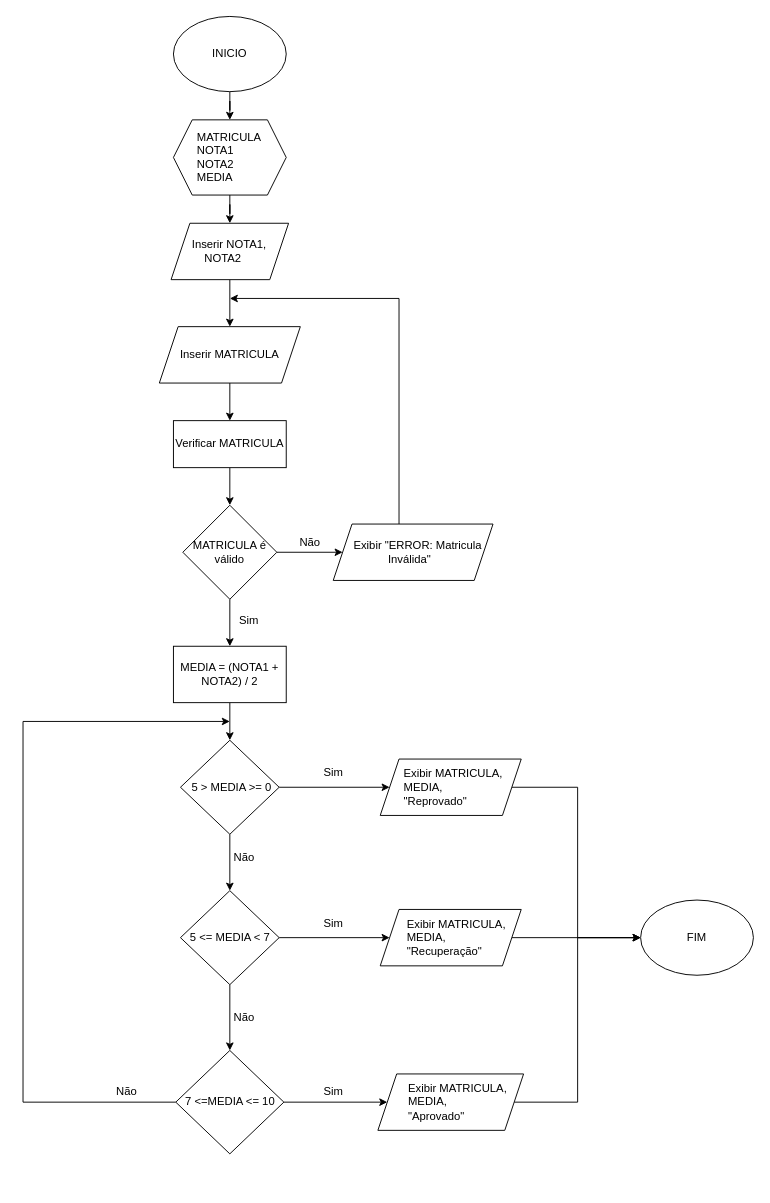
Above: Atividades_LP1/Atividade2Questão10.drawio in Hevee06/Projetos_Diagrama.oi (draw.io), before the change. Source tidied: cells renumbered, new cells numbered last; positions are measured from the earlier drawing's top-left corner, leaving out a move shared by most shapes. Both pictures are drawn from the tidied source at 94%, with x=0, y=0 at pixel (23, 16).
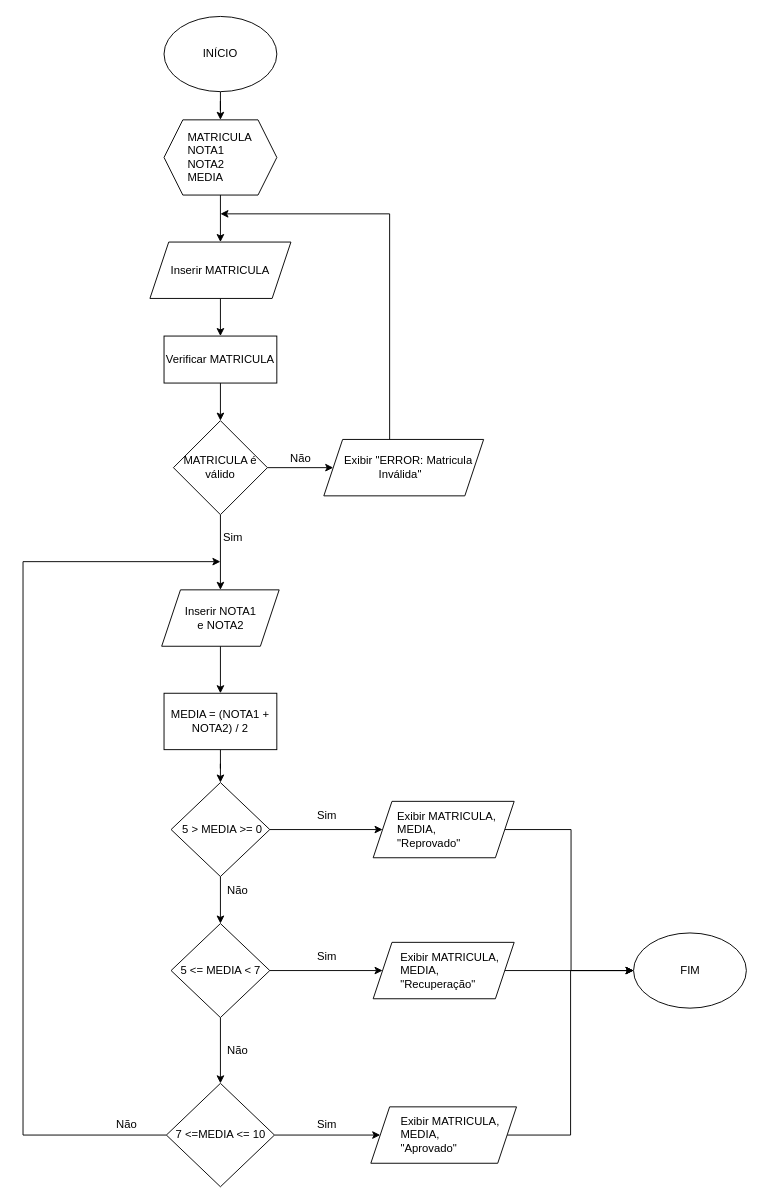
Above is the later version.

What changed in the source:
```diff
@@
-    <mxCell id="3" value="INICIO" style="ellipse;whiteSpace=wrap;html=1;" parent="1" vertex="1">
-      <mxGeometry x="160" width="120" height="80" as="geometry" />
+    <mxCell id="3" value="INÍCIO" style="ellipse;whiteSpace=wrap;html=1;" parent="1" vertex="1">
+      <mxGeometry x="150" width="120" height="80" as="geometry" />
     </mxCell>
@@
     <mxCell id="5" value="Inserir MATRICULA" style="shape=parallelogram;perimeter=parallelogramPerimeter;whiteSpace=wrap;html=1;fixedSize=1;" parent="1" vertex="1">
-      <mxGeometry x="145" y="330" width="150" height="60" as="geometry" />
+      <mxGeometry x="135" y="240" width="150" height="60" as="geometry" />
     </mxCell>
     <mxCell id="6" style="edgeStyle=orthogonalEdgeStyle;rounded=0;jettySize=auto;html=1;" parent="1" edge="1" source="7">
       <mxGeometry relative="1" as="geometry">
-        <mxPoint x="220" y="300" as="targetPoint" />
+        <mxPoint x="210" y="210" as="targetPoint" />
         <Array as="points">
-          <mxPoint x="400" y="300" />
-          <mxPoint x="220" y="300" />
+          <mxPoint x="390" y="210" />
+          <mxPoint x="210" y="210" />
         </Array>
       </mxGeometry>
     </mxCell>
     <mxCell id="7" value="&amp;nbsp; &amp;nbsp; &amp;nbsp; Exibir &quot;ERROR: Matricula&amp;nbsp; &amp;nbsp; &amp;nbsp; &amp;nbsp; &amp;nbsp; &amp;nbsp; &amp;nbsp; &amp;nbsp; &amp;nbsp; &amp;nbsp; &amp;nbsp;Inválida&quot;" style="shape=parallelogram;perimeter=parallelogramPerimeter;whiteSpace=wrap;html=1;fixedSize=1;align=left;" parent="1" vertex="1">
-      <mxGeometry x="330" y="540" width="170" height="60" as="geometry" />
+      <mxGeometry x="320" y="450" width="170" height="60" as="geometry" />
     </mxCell>
@@
-    <mxCell id="9" style="edgeStyle=orthogonalEdgeStyle;rounded=0;jettySize=auto;html=1;" parent="1" edge="1" source="10" target="19">
-      <mxGeometry relative="1" as="geometry" />
-    </mxCell>
+    <mxCell id="43" style="edgeStyle=orthogonalEdgeStyle;rounded=0;jettySize=auto;html=1;" parent="1" edge="1" source="10" target="16">
+      <mxGeometry relative="1" as="geometry" />
+    </mxCell>
     <mxCell id="10" value="MATRICULA é válido" style="rhombus;whiteSpace=wrap;html=1;" parent="1" vertex="1">
-      <mxGeometry x="170" y="520" width="100" height="100" as="geometry" />
+      <mxGeometry x="160" y="430" width="100" height="100" as="geometry" />
     </mxCell>
-    <mxCell id="11" style="edgeStyle=orthogonalEdgeStyle;rounded=0;jettySize=auto;html=1;" parent="1" edge="1" source="16" target="5">
-      <mxGeometry relative="1" as="geometry" />
-    </mxCell>
+    <mxCell id="44" style="edgeStyle=orthogonalEdgeStyle;rounded=0;jettySize=auto;html=1;" parent="1" edge="1" source="12" target="5">
+      <mxGeometry relative="1" as="geometry" />
+    </mxCell>
     <mxCell id="12" value="&amp;nbsp; &amp;nbsp; &amp;nbsp; &amp;nbsp;MATRICULA&lt;div&gt;&amp;nbsp; &amp;nbsp; &amp;nbsp; &amp;nbsp;NOTA1&lt;/div&gt;&lt;div&gt;&amp;nbsp; &amp;nbsp; &amp;nbsp; &amp;nbsp;NOTA2&lt;/div&gt;&lt;div&gt;&amp;nbsp; &amp;nbsp; &amp;nbsp; &amp;nbsp;MEDIA&lt;/div&gt;" style="shape=hexagon;perimeter=hexagonPerimeter2;whiteSpace=wrap;html=1;fixedSize=1;align=left;" parent="1" vertex="1">
-      <mxGeometry x="160" y="110" width="120" height="80" as="geometry" />
+      <mxGeometry x="150" y="110" width="120" height="80" as="geometry" />
     </mxCell>
@@
     <mxCell id="14" value="Verificar MATRICULA" style="rounded=0;whiteSpace=wrap;html=1;" parent="1" vertex="1">
-      <mxGeometry x="160" y="430" width="120" height="50" as="geometry" />
+      <mxGeometry x="150" y="340" width="120" height="50" as="geometry" />
     </mxCell>
-    <mxCell id="15" style="edgeStyle=orthogonalEdgeStyle;rounded=0;jettySize=auto;html=1;" parent="1" edge="1" source="12" target="16">
-      <mxGeometry relative="1" as="geometry" />
-    </mxCell>
+    <mxCell id="45" style="edgeStyle=orthogonalEdgeStyle;rounded=0;jettySize=auto;html=1;" parent="1" edge="1" source="16" target="19">
+      <mxGeometry relative="1" as="geometry" />
+    </mxCell>
-    <mxCell id="16" value="&amp;nbsp; &amp;nbsp; &amp;nbsp; Inserir NOTA1,&lt;div&gt;&amp;nbsp; &amp;nbsp; &amp;nbsp; &amp;nbsp; &amp;nbsp; NOTA2&lt;/div&gt;" style="shape=parallelogram;perimeter=parallelogramPerimeter;whiteSpace=wrap;html=1;fixedSize=1;align=left;" parent="1" vertex="1">
-      <mxGeometry x="157.5" y="220" width="125" height="60" as="geometry" />
+    <mxCell id="16" value="Inserir NOTA1 e&amp;nbsp;&lt;span style=&quot;background-color: initial;&quot;&gt;NOTA2&lt;/span&gt;" style="shape=parallelogram;perimeter=parallelogramPerimeter;whiteSpace=wrap;html=1;fixedSize=1;align=center;" parent="1" vertex="1">
+      <mxGeometry x="147.5" y="610" width="125" height="60" as="geometry" />
     </mxCell>
     <mxCell id="17" value="Não" style="text;html=1;align=center;verticalAlign=middle;strokeColor=none;fillColor=none;" parent="1" vertex="1">
-      <mxGeometry x="280" y="545" width="50" height="30" as="geometry" />
+      <mxGeometry x="270" y="455" width="50" height="30" as="geometry" />
     </mxCell>
@@
     <mxCell id="19" value="MEDIA = (NOTA1 + NOTA2) / 2" style="rounded=0;whiteSpace=wrap;html=1;" parent="1" vertex="1">
-      <mxGeometry x="160" y="670" width="120" height="60" as="geometry" />
+      <mxGeometry x="150" y="720" width="120" height="60" as="geometry" />
     </mxCell>
@@
     <mxCell id="22" value="&amp;nbsp;5 &amp;gt; MEDIA &amp;gt;= 0" style="rhombus;whiteSpace=wrap;html=1;" parent="1" vertex="1">
-      <mxGeometry x="167.5" y="770" width="105" height="100" as="geometry" />
+      <mxGeometry x="157.5" y="815" width="105" height="100" as="geometry" />
     </mxCell>
     <mxCell id="23" value="Sim" style="text;html=1;align=center;verticalAlign=middle;strokeColor=none;fillColor=none;" parent="1" vertex="1">
-      <mxGeometry x="220" y="628" width="40" height="30" as="geometry" />
+      <mxGeometry x="202.5" y="540" width="40" height="30" as="geometry" />
     </mxCell>
-    <mxCell id="24" style="edgeStyle=orthogonalEdgeStyle;rounded=0;jettySize=auto;html=1;entryX=0;entryY=0.5;entryDx=0;entryDy=0;" parent="1" edge="1" source="25" target="36">
+    <mxCell id="24" style="edgeStyle=orthogonalEdgeStyle;rounded=0;jettySize=auto;html=1;entryX=0;entryY=0.5;entryDx=0;entryDy=0;exitX=1;exitY=0.5;exitDx=0;exitDy=0;" parent="1" edge="1" source="25" target="36">
       <mxGeometry relative="1" as="geometry">
         <Array as="points">
-          <mxPoint x="590" y="820" />
-          <mxPoint x="590" y="980" />
+          <mxPoint x="583" y="865" />
+          <mxPoint x="583" y="1015" />
         </Array>
       </mxGeometry>
     </mxCell>
     <mxCell id="25" value="&amp;nbsp; &amp;nbsp; &amp;nbsp; &amp;nbsp;Exibir MATRICULA,&lt;div&gt;&lt;span style=&quot;background-color: initial;&quot;&gt;&amp;nbsp; &amp;nbsp; &amp;nbsp; &amp;nbsp;MEDIA,&lt;/span&gt;&lt;div&gt;&lt;span style=&quot;background-color: initial;&quot;&gt;&amp;nbsp; &amp;nbsp; &amp;nbsp; &amp;nbsp;&quot;Reprovado&quot;&lt;/span&gt;&lt;/div&gt;&lt;/div&gt;" style="shape=parallelogram;perimeter=parallelogramPerimeter;whiteSpace=wrap;html=1;fixedSize=1;align=left;" parent="1" vertex="1">
-      <mxGeometry x="380" y="790" width="150" height="60" as="geometry" />
+      <mxGeometry x="372.5" y="835" width="150" height="60" as="geometry" />
     </mxCell>
     <mxCell id="26" value="Sim" style="text;html=1;align=center;verticalAlign=middle;strokeColor=none;fillColor=none;" parent="1" vertex="1">
-      <mxGeometry x="310" y="790" width="40" height="30" as="geometry" />
+      <mxGeometry x="302.5" y="835" width="40" height="30" as="geometry" />
     </mxCell>
@@
     <mxCell id="29" value="5 &amp;lt;= MEDIA &amp;lt; 7" style="rhombus;whiteSpace=wrap;html=1;" parent="1" vertex="1">
-      <mxGeometry x="167.5" y="930" width="105" height="100" as="geometry" />
+      <mxGeometry x="157.5" y="965" width="105" height="100" as="geometry" />
     </mxCell>
     <mxCell id="30" value="Não" style="text;html=1;align=center;verticalAlign=middle;strokeColor=none;fillColor=none;" parent="1" vertex="1">
-      <mxGeometry x="210" y="880" width="50" height="30" as="geometry" />
+      <mxGeometry x="202.5" y="915" width="50" height="30" as="geometry" />
     </mxCell>
@@
     <mxCell id="32" style="edgeStyle=orthogonalEdgeStyle;rounded=0;jettySize=auto;html=1;" parent="1" edge="1" source="33">
       <mxGeometry relative="1" as="geometry">
-        <mxPoint x="220" y="750" as="targetPoint" />
+        <mxPoint x="210" y="580" as="targetPoint" />
         <Array as="points">
-          <mxPoint y="1155" />
-          <mxPoint y="750" />
+          <mxPoint y="1190" />
+          <mxPoint y="580" />
+          <mxPoint x="210" y="580" />
         </Array>
       </mxGeometry>
     </mxCell>
     <mxCell id="33" value="7 &amp;lt;=MEDIA &amp;lt;= 10" style="rhombus;whiteSpace=wrap;html=1;" parent="1" vertex="1">
-      <mxGeometry x="162.5" y="1100" width="115" height="110" as="geometry" />
+      <mxGeometry x="152.5" y="1135" width="115" height="110" as="geometry" />
     </mxCell>
@@
     <mxCell id="35" value="&amp;nbsp; &amp;nbsp; &amp;nbsp; &amp;nbsp; Exibir MATRICULA,&amp;nbsp;&lt;div&gt;&lt;span style=&quot;background-color: initial;&quot;&gt;&amp;nbsp; &amp;nbsp; &amp;nbsp; &amp;nbsp; MEDIA,&lt;/span&gt;&lt;/div&gt;&lt;div&gt;&amp;nbsp; &amp;nbsp; &amp;nbsp; &amp;nbsp; &quot;Recuperação&quot;&lt;/div&gt;" style="shape=parallelogram;perimeter=parallelogramPerimeter;whiteSpace=wrap;html=1;fixedSize=1;align=left;" parent="1" vertex="1">
-      <mxGeometry x="380" y="950" width="150" height="60" as="geometry" />
+      <mxGeometry x="372.5" y="985" width="150" height="60" as="geometry" />
     </mxCell>
     <mxCell id="36" value="FIM" style="ellipse;whiteSpace=wrap;html=1;" parent="1" vertex="1">
-      <mxGeometry x="657" y="940" width="120" height="80" as="geometry" />
+      <mxGeometry x="649.5" y="975" width="120" height="80" as="geometry" />
     </mxCell>
     <mxCell id="37" value="Não" style="text;html=1;align=center;verticalAlign=middle;strokeColor=none;fillColor=none;" parent="1" vertex="1">
-      <mxGeometry x="210" y="1050" width="50" height="30" as="geometry" />
+      <mxGeometry x="202.5" y="1085" width="50" height="30" as="geometry" />
     </mxCell>
     <mxCell id="38" value="Sim" style="text;html=1;align=center;verticalAlign=middle;strokeColor=none;fillColor=none;" parent="1" vertex="1">
-      <mxGeometry x="310" y="950" width="40" height="30" as="geometry" />
+      <mxGeometry x="302.5" y="985" width="40" height="30" as="geometry" />
     </mxCell>
     <mxCell id="39" style="edgeStyle=orthogonalEdgeStyle;rounded=0;jettySize=auto;html=1;entryX=0;entryY=0.5;entryDx=0;entryDy=0;" parent="1" edge="1" source="40" target="36">
       <mxGeometry relative="1" as="geometry">
         <Array as="points">
-          <mxPoint x="590" y="1155" />
-          <mxPoint x="590" y="980" />
+          <mxPoint x="582.5" y="1190" />
+          <mxPoint x="582.5" y="1015" />
         </Array>
       </mxGeometry>
     </mxCell>
     <mxCell id="40" value="&amp;nbsp; &amp;nbsp; &amp;nbsp; &amp;nbsp; &amp;nbsp;Exibir MATRICULA,&lt;div&gt;&amp;nbsp; &amp;nbsp; &amp;nbsp; &amp;nbsp; &amp;nbsp;MEDIA,&lt;/div&gt;&lt;div&gt;&amp;nbsp; &amp;nbsp; &amp;nbsp; &amp;nbsp; &amp;nbsp;&quot;Aprovado&quot;&lt;/div&gt;" style="shape=parallelogram;perimeter=parallelogramPerimeter;whiteSpace=wrap;html=1;fixedSize=1;align=left;" parent="1" vertex="1">
-      <mxGeometry x="377.5" y="1125" width="155" height="60" as="geometry" />
+      <mxGeometry x="370" y="1160" width="155" height="60" as="geometry" />
     </mxCell>
     <mxCell id="41" value="Sim" style="text;html=1;align=center;verticalAlign=middle;strokeColor=none;fillColor=none;" parent="1" vertex="1">
-      <mxGeometry x="310" y="1129" width="40" height="30" as="geometry" />
+      <mxGeometry x="302.5" y="1164" width="40" height="30" as="geometry" />
     </mxCell>
     <mxCell id="42" value="Não" style="text;html=1;align=center;verticalAlign=middle;strokeColor=none;fillColor=none;" parent="1" vertex="1">
-      <mxGeometry x="85" y="1129" width="50" height="30" as="geometry" />
+      <mxGeometry x="85" y="1164" width="50" height="30" as="geometry" />
     </mxCell>
```
